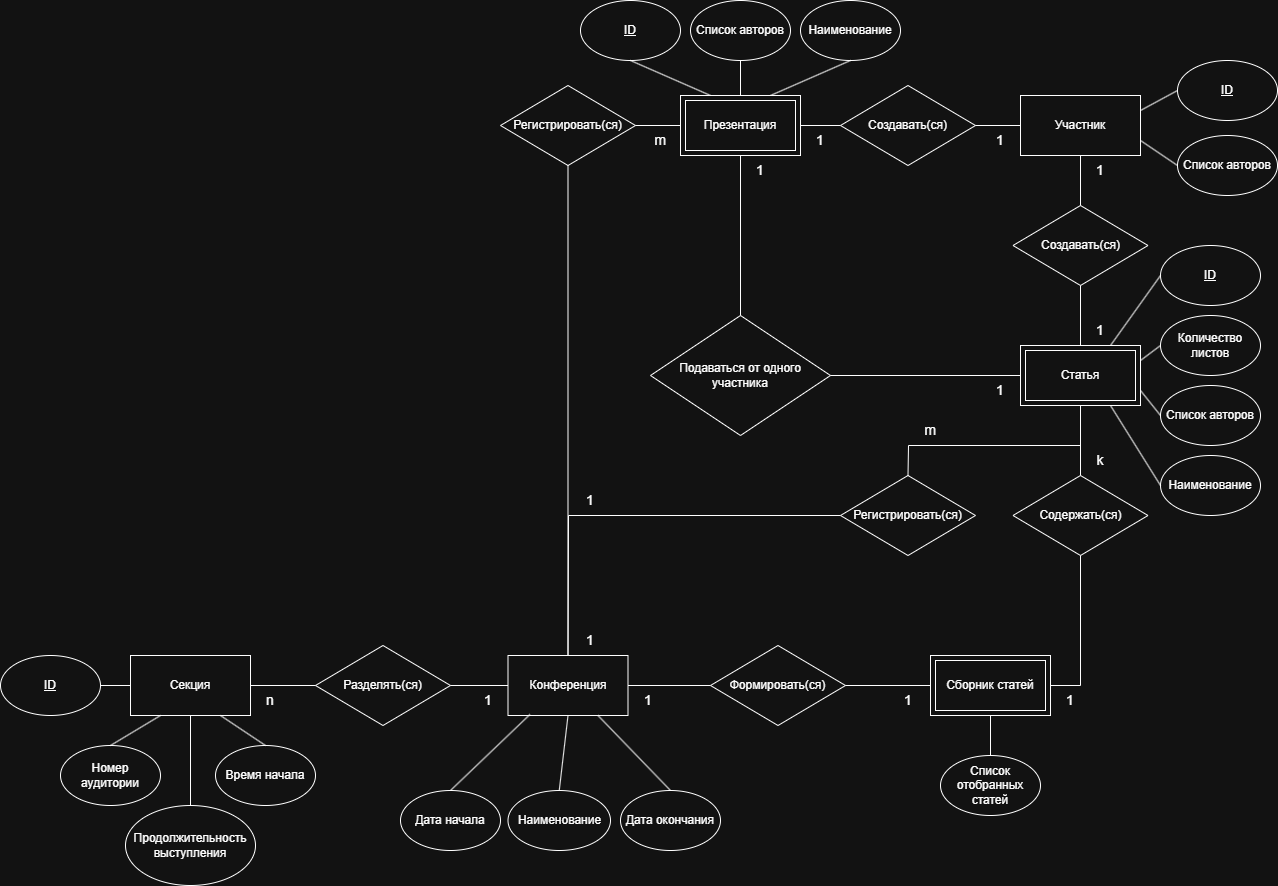
Earlier version of the draw.io export Databases/ER-diagrams/LW1/ER-диаграмма (Чен).drawio.png (horizon-spark/studies). Source tidied: cells renumbered, new cells last; positions are measured from the earlier drawing's top-left corner, leaving out a move shared by most shapes.
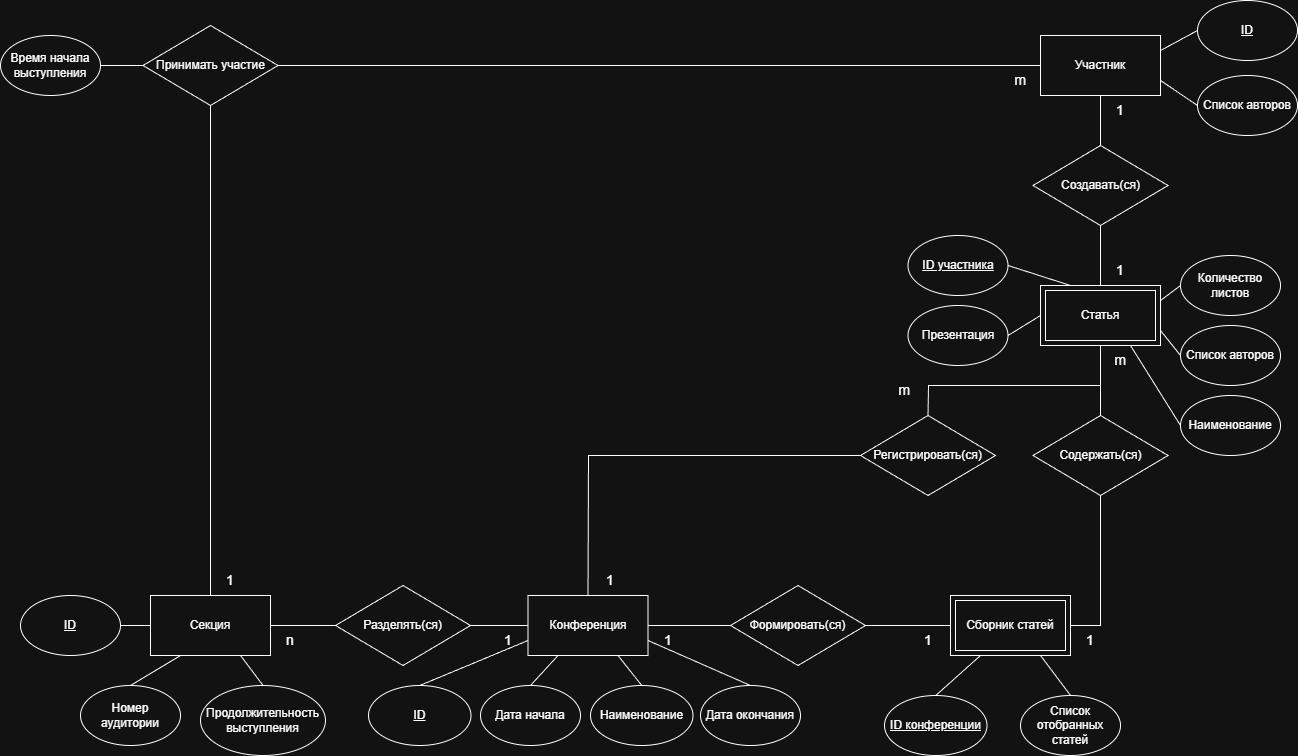
The same file after the commit.

Commit message:
Databases: finished lw on er-diagrams

The edit, as a diff of the source:
```diff
@@ -6,21 +6,21 @@
       <mxGeometry x="507.5" y="655" width="120" height="60" as="geometry" />
     </mxCell>
     <mxCell id="3" value="Дата начала" style="ellipse;whiteSpace=wrap;html=1;" parent="1" vertex="1">
-      <mxGeometry x="400" y="790" width="100" height="60" as="geometry" />
+      <mxGeometry x="460" y="745" width="100" height="60" as="geometry" />
     </mxCell>
     <mxCell id="4" value="Дата окончания" style="ellipse;whiteSpace=wrap;html=1;" parent="1" vertex="1">
-      <mxGeometry x="620" y="790" width="100" height="60" as="geometry" />
+      <mxGeometry x="680" y="745" width="100" height="60" as="geometry" />
     </mxCell>
     <mxCell id="5" value="Наименование" style="ellipse;whiteSpace=wrap;html=1;" parent="1" vertex="1">
-      <mxGeometry x="507.5" y="790" width="102.5" height="60" as="geometry" />
+      <mxGeometry x="570" y="745" width="102.5" height="60" as="geometry" />
     </mxCell>
-    <mxCell id="6" style="endArrow=none;html=1;rounded=0;exitX=0.5;exitY=0;exitDx=0;exitDy=0;entryX=0.75;entryY=1;entryDx=0;entryDy=0;" parent="1" edge="1" source="4" target="2">
+    <mxCell id="6" style="endArrow=none;html=1;rounded=0;exitX=0.5;exitY=0;exitDx=0;exitDy=0;entryX=1;entryY=0.75;entryDx=0;entryDy=0;" parent="1" edge="1" source="4" target="2">
       <mxGeometry relative="1" as="geometry" />
     </mxCell>
-    <mxCell id="7" style="endArrow=none;html=1;rounded=0;entryX=0.183;entryY=0.983;entryDx=0;entryDy=0;entryPerimeter=0;exitX=0.5;exitY=0;exitDx=0;exitDy=0;" parent="1" edge="1" source="3" target="2">
+    <mxCell id="7" style="endArrow=none;html=1;rounded=0;entryX=0.25;entryY=1;entryDx=0;entryDy=0;exitX=0.5;exitY=0;exitDx=0;exitDy=0;" parent="1" edge="1" source="3" target="2">
       <mxGeometry relative="1" as="geometry" />
     </mxCell>
-    <mxCell id="8" style="endArrow=none;html=1;rounded=0;entryX=0.5;entryY=1;entryDx=0;entryDy=0;exitX=0.5;exitY=0;exitDx=0;exitDy=0;" parent="1" edge="1" source="5" target="2">
+    <mxCell id="8" style="endArrow=none;html=1;rounded=0;entryX=0.75;entryY=1;entryDx=0;entryDy=0;exitX=0.5;exitY=0;exitDx=0;exitDy=0;" parent="1" edge="1" source="5" target="2">
       <mxGeometry relative="1" as="geometry" />
     </mxCell>
     <mxCell id="9" value="Наименование" style="ellipse;whiteSpace=wrap;html=1;" parent="1" vertex="1">
@@ -41,18 +41,6 @@
     <mxCell id="14" style="endArrow=none;html=1;rounded=0;entryX=1;entryY=0.75;entryDx=0;entryDy=0;exitX=0;exitY=0.5;exitDx=0;exitDy=0;" parent="1" edge="1" source="10" target="61">
       <mxGeometry relative="1" as="geometry" />
     </mxCell>
-    <mxCell id="15" value="Наименование" style="ellipse;whiteSpace=wrap;html=1;" parent="1" vertex="1">
-      <mxGeometry x="800" width="100" height="60" as="geometry" />
-    </mxCell>
-    <mxCell id="16" value="Список авторов" style="ellipse;whiteSpace=wrap;html=1;" parent="1" vertex="1">
-      <mxGeometry x="690" width="100" height="60" as="geometry" />
-    </mxCell>
-    <mxCell id="17" style="endArrow=none;html=1;rounded=0;entryX=0.5;entryY=0;entryDx=0;entryDy=0;exitX=0.5;exitY=1;exitDx=0;exitDy=0;" parent="1" edge="1" source="16" target="60">
-      <mxGeometry relative="1" as="geometry" />
-    </mxCell>
-    <mxCell id="18" style="endArrow=none;html=1;rounded=0;entryX=0.5;entryY=1;entryDx=0;entryDy=0;exitX=0.75;exitY=0;exitDx=0;exitDy=0;" parent="1" edge="1" source="60" target="15">
-      <mxGeometry relative="1" as="geometry" />
-    </mxCell>
     <mxCell id="19" value="Список авторов" style="ellipse;whiteSpace=wrap;html=1;" parent="1" vertex="1">
       <mxGeometry x="1177" y="135" width="100" height="60" as="geometry" />
     </mxCell>
@@ -62,45 +50,33 @@
     <mxCell id="21" value="Номер аудитории" style="ellipse;whiteSpace=wrap;html=1;" parent="1" vertex="1">
       <mxGeometry x="60" y="745" width="100" height="60" as="geometry" />
     </mxCell>
-    <mxCell id="22" value="Время начала" style="ellipse;whiteSpace=wrap;html=1;" parent="1" vertex="1">
-      <mxGeometry x="215" y="745" width="100" height="60" as="geometry" />
+    <mxCell id="22" value="Время начала выступления" style="ellipse;whiteSpace=wrap;html=1;" parent="1" vertex="1">
+      <mxGeometry x="-20" y="95" width="100" height="60" as="geometry" />
     </mxCell>
     <mxCell id="23" value="Продолжительность выступления" style="ellipse;whiteSpace=wrap;html=1;" parent="1" vertex="1">
-      <mxGeometry x="125" y="805" width="130" height="80" as="geometry" />
+      <mxGeometry x="180" y="745" width="125" height="70" as="geometry" />
     </mxCell>
     <mxCell id="24" style="endArrow=none;html=1;rounded=0;entryX=1;entryY=0.75;entryDx=0;entryDy=0;exitX=0;exitY=0.5;exitDx=0;exitDy=0;" parent="1" edge="1" source="19" target="81">
       <mxGeometry relative="1" as="geometry" />
     </mxCell>
-    <mxCell id="25" style="endArrow=none;html=1;rounded=0;entryX=0.75;entryY=1;entryDx=0;entryDy=0;exitX=0.5;exitY=0;exitDx=0;exitDy=0;" parent="1" edge="1" source="22" target="20">
-      <mxGeometry relative="1" as="geometry" />
-    </mxCell>
-    <mxCell id="26" style="endArrow=none;html=1;rounded=0;entryX=0.5;entryY=1;entryDx=0;entryDy=0;exitX=0.5;exitY=0;exitDx=0;exitDy=0;" parent="1" edge="1" source="23" target="20">
+    <mxCell id="26" style="endArrow=none;html=1;rounded=0;entryX=0.75;entryY=1;entryDx=0;entryDy=0;exitX=0.5;exitY=0;exitDx=0;exitDy=0;" parent="1" edge="1" source="23" target="20">
       <mxGeometry relative="1" as="geometry" />
     </mxCell>
     <mxCell id="27" style="endArrow=none;html=1;rounded=0;entryX=0.25;entryY=1;entryDx=0;entryDy=0;exitX=0.5;exitY=0;exitDx=0;exitDy=0;" parent="1" edge="1" source="21" target="20">
       <mxGeometry relative="1" as="geometry" />
     </mxCell>
     <mxCell id="28" value="Список отобранных статей" style="ellipse;whiteSpace=wrap;html=1;" parent="1" vertex="1">
-      <mxGeometry x="940" y="755" width="100" height="60" as="geometry" />
+      <mxGeometry x="1000" y="755" width="100" height="60" as="geometry" />
     </mxCell>
-    <mxCell id="29" style="endArrow=none;html=1;rounded=0;entryX=0.5;entryY=1;entryDx=0;entryDy=0;exitX=0.5;exitY=0;exitDx=0;exitDy=0;" parent="1" edge="1" source="28" target="62">
+    <mxCell id="29" style="endArrow=none;html=1;rounded=0;entryX=0.75;entryY=1;entryDx=0;entryDy=0;exitX=0.5;exitY=0;exitDx=0;exitDy=0;" parent="1" edge="1" source="28" target="62">
       <mxGeometry relative="1" as="geometry" />
     </mxCell>
     <mxCell id="30" value="Создавать(ся)" style="rhombus;whiteSpace=wrap;html=1;" parent="1" vertex="1">
       <mxGeometry x="1012.5" y="205" width="135" height="80" as="geometry" />
     </mxCell>
-    <mxCell id="31" value="Создавать(ся)" style="rhombus;whiteSpace=wrap;html=1;" parent="1" vertex="1">
-      <mxGeometry x="840" y="85" width="135" height="80" as="geometry" />
-    </mxCell>
-    <mxCell id="32" value="Подаваться от одного участника" style="rhombus;whiteSpace=wrap;html=1;" parent="1" vertex="1">
-      <mxGeometry x="650" y="315" width="180" height="120" as="geometry" />
-    </mxCell>
     <mxCell id="33" value="Регистрировать(ся)" style="rhombus;whiteSpace=wrap;html=1;" parent="1" vertex="1">
       <mxGeometry x="840" y="475" width="135" height="80" as="geometry" />
     </mxCell>
-    <mxCell id="34" value="Регистрировать(ся)" style="rhombus;whiteSpace=wrap;html=1;" parent="1" vertex="1">
-      <mxGeometry x="500" y="85" width="135" height="80" as="geometry" />
-    </mxCell>
     <mxCell id="35" value="Формировать(ся)" style="rhombus;whiteSpace=wrap;html=1;" parent="1" vertex="1">
       <mxGeometry x="710" y="645" width="135" height="80" as="geometry" />
     </mxCell>
@@ -110,12 +86,6 @@
     <mxCell id="37" value="Разделять(ся)" style="rhombus;whiteSpace=wrap;html=1;" parent="1" vertex="1">
       <mxGeometry x="315" y="645" width="135" height="80" as="geometry" />
     </mxCell>
-    <mxCell id="38" style="endArrow=none;html=1;rounded=0;entryX=1;entryY=0.5;entryDx=0;entryDy=0;exitX=0;exitY=0.5;exitDx=0;exitDy=0;" parent="1" edge="1" source="61" target="32">
-      <mxGeometry relative="1" as="geometry" />
-    </mxCell>
-    <mxCell id="39" style="endArrow=none;html=1;rounded=0;entryX=0.5;entryY=0;entryDx=0;entryDy=0;exitX=0.5;exitY=1;exitDx=0;exitDy=0;" parent="1" edge="1" source="60" target="32">
-      <mxGeometry relative="1" as="geometry" />
-    </mxCell>
     <mxCell id="40" style="endArrow=none;html=1;rounded=0;entryX=0.5;entryY=1;entryDx=0;entryDy=0;exitX=0.5;exitY=0;exitDx=0;exitDy=0;" parent="1" edge="1" source="36">
       <mxGeometry relative="1" as="geometry">
         <mxPoint x="1080" y="405" as="targetPoint" />
@@ -143,15 +113,6 @@
         </Array>
       </mxGeometry>
     </mxCell>
-    <mxCell id="44" style="endArrow=none;html=1;rounded=0;entryX=0;entryY=0.5;entryDx=0;entryDy=0;exitX=1;exitY=0.5;exitDx=0;exitDy=0;" parent="1" edge="1" source="60" target="31">
-      <mxGeometry relative="1" as="geometry" />
-    </mxCell>
-    <mxCell id="45" style="endArrow=none;html=1;rounded=0;entryX=0;entryY=0.5;entryDx=0;entryDy=0;exitX=1;exitY=0.5;exitDx=0;exitDy=0;" parent="1" edge="1" source="34" target="60">
-      <mxGeometry relative="1" as="geometry" />
-    </mxCell>
-    <mxCell id="46" style="endArrow=none;html=1;rounded=0;entryX=0.5;entryY=1;entryDx=0;entryDy=0;exitX=0.5;exitY=0;exitDx=0;exitDy=0;" parent="1" edge="1" source="2" target="34">
-      <mxGeometry relative="1" as="geometry" />
-    </mxCell>
     <mxCell id="47" style="endArrow=none;html=1;rounded=0;entryX=1;entryY=0.5;entryDx=0;entryDy=0;exitX=0;exitY=0.5;exitDx=0;exitDy=0;" parent="1" edge="1" source="35" target="2">
       <mxGeometry relative="1" as="geometry" />
     </mxCell>
@@ -173,27 +134,15 @@
     <mxCell id="53" value="&lt;u&gt;ID&lt;/u&gt;" style="ellipse;whiteSpace=wrap;html=1;" parent="1" vertex="1">
       <mxGeometry x="1177" y="60" width="100" height="60" as="geometry" />
     </mxCell>
-    <mxCell id="54" value="&lt;u&gt;ID&lt;/u&gt;" style="ellipse;whiteSpace=wrap;html=1;" parent="1" vertex="1">
-      <mxGeometry x="1160" y="245" width="100" height="60" as="geometry" />
+    <mxCell id="54" value="&lt;u&gt;ID участника&lt;/u&gt;" style="ellipse;whiteSpace=wrap;html=1;" parent="1" vertex="1">
+      <mxGeometry x="887.5" y="295" width="100" height="60" as="geometry" />
     </mxCell>
-    <mxCell id="55" value="&lt;u&gt;ID&lt;/u&gt;" style="ellipse;whiteSpace=wrap;html=1;" parent="1" vertex="1">
-      <mxGeometry x="580" width="100" height="60" as="geometry" />
-    </mxCell>
     <mxCell id="56" style="endArrow=none;html=1;rounded=0;entryX=0;entryY=0.5;entryDx=0;entryDy=0;exitX=1;exitY=0.25;exitDx=0;exitDy=0;" parent="1" edge="1" source="81" target="53">
       <mxGeometry relative="1" as="geometry" />
     </mxCell>
-    <mxCell id="57" style="endArrow=none;html=1;rounded=0;entryX=0.5;entryY=1;entryDx=0;entryDy=0;exitX=0.25;exitY=0;exitDx=0;exitDy=0;" parent="1" edge="1" source="60" target="55">
-      <mxGeometry relative="1" as="geometry" />
-    </mxCell>
-    <mxCell id="58" style="endArrow=none;html=1;rounded=0;entryX=0;entryY=0.5;entryDx=0;entryDy=0;exitX=0.75;exitY=0;exitDx=0;exitDy=0;" parent="1" edge="1" source="61" target="54">
+    <mxCell id="58" style="endArrow=none;html=1;rounded=0;entryX=1;entryY=0.5;entryDx=0;entryDy=0;exitX=0.25;exitY=0;exitDx=0;exitDy=0;" parent="1" edge="1" source="61" target="54">
       <mxGeometry relative="1" as="geometry" />
     </mxCell>
-    <mxCell id="59" style="endArrow=none;html=1;rounded=0;entryX=0;entryY=0.5;entryDx=0;entryDy=0;exitX=1;exitY=0.5;exitDx=0;exitDy=0;" parent="1" edge="1" source="31" target="81">
-      <mxGeometry relative="1" as="geometry" />
-    </mxCell>
-    <mxCell id="60" value="Презентация" style="shape=ext;margin=3;double=1;whiteSpace=wrap;html=1;align=center;" parent="1" vertex="1">
-      <mxGeometry x="680" y="95" width="120" height="60" as="geometry" />
-    </mxCell>
     <mxCell id="61" value="Статья" style="shape=ext;margin=3;double=1;whiteSpace=wrap;html=1;align=center;" parent="1" vertex="1">
       <mxGeometry x="1020" y="345" width="120" height="60" as="geometry" />
     </mxCell>
@@ -212,21 +161,6 @@
     <mxCell id="66" value="&lt;font style=&quot;font-size: 14px;&quot;&gt;1&lt;/font&gt;" style="text;html=1;whiteSpace=wrap;strokeColor=none;fillColor=none;align=center;verticalAlign=middle;rounded=0;" parent="1" vertex="1">
       <mxGeometry x="1080" y="315" width="40" height="30" as="geometry" />
     </mxCell>
-    <mxCell id="67" value="&lt;font style=&quot;font-size: 14px;&quot;&gt;1&lt;/font&gt;" style="text;html=1;whiteSpace=wrap;strokeColor=none;fillColor=none;align=center;verticalAlign=middle;rounded=0;" parent="1" vertex="1">
-      <mxGeometry x="980" y="125" width="40" height="30" as="geometry" />
-    </mxCell>
-    <mxCell id="68" value="&lt;font style=&quot;font-size: 14px;&quot;&gt;1&lt;/font&gt;" style="text;html=1;whiteSpace=wrap;strokeColor=none;fillColor=none;align=center;verticalAlign=middle;rounded=0;" parent="1" vertex="1">
-      <mxGeometry x="800" y="125" width="40" height="30" as="geometry" />
-    </mxCell>
-    <mxCell id="69" value="&lt;font style=&quot;font-size: 14px;&quot;&gt;1&lt;/font&gt;" style="text;html=1;whiteSpace=wrap;strokeColor=none;fillColor=none;align=center;verticalAlign=middle;rounded=0;" parent="1" vertex="1">
-      <mxGeometry x="980" y="375" width="40" height="30" as="geometry" />
-    </mxCell>
-    <mxCell id="70" value="&lt;font style=&quot;font-size: 14px;&quot;&gt;1&lt;/font&gt;" style="text;html=1;whiteSpace=wrap;strokeColor=none;fillColor=none;align=center;verticalAlign=middle;rounded=0;" parent="1" vertex="1">
-      <mxGeometry x="740" y="155" width="40" height="30" as="geometry" />
-    </mxCell>
-    <mxCell id="71" value="&lt;span style=&quot;font-size: 14px;&quot;&gt;m&lt;/span&gt;" style="text;html=1;whiteSpace=wrap;strokeColor=none;fillColor=none;align=center;verticalAlign=middle;rounded=0;" parent="1" vertex="1">
-      <mxGeometry x="640" y="125" width="40" height="30" as="geometry" />
-    </mxCell>
     <mxCell id="72" value="&lt;font style=&quot;font-size: 14px;&quot;&gt;1&lt;/font&gt;" style="text;html=1;whiteSpace=wrap;strokeColor=none;fillColor=none;align=center;verticalAlign=middle;rounded=0;" parent="1" vertex="1">
       <mxGeometry x="570" y="625" width="40" height="30" as="geometry" />
     </mxCell>
@@ -237,13 +171,10 @@
       <mxGeometry x="887.5" y="685" width="40" height="30" as="geometry" />
     </mxCell>
     <mxCell id="75" value="&lt;span style=&quot;font-size: 14px;&quot;&gt;m&lt;/span&gt;" style="text;html=1;whiteSpace=wrap;strokeColor=none;fillColor=none;align=center;verticalAlign=middle;rounded=0;" parent="1" vertex="1">
-      <mxGeometry x="910" y="415" width="40" height="30" as="geometry" />
+      <mxGeometry x="864" y="435" width="40" height="30" as="geometry" />
     </mxCell>
-    <mxCell id="76" value="&lt;font style=&quot;font-size: 14px;&quot;&gt;1&lt;/font&gt;" style="text;html=1;whiteSpace=wrap;strokeColor=none;fillColor=none;align=center;verticalAlign=middle;rounded=0;" parent="1" vertex="1">
-      <mxGeometry x="570" y="485" width="40" height="30" as="geometry" />
-    </mxCell>
-    <mxCell id="77" value="&lt;span style=&quot;font-size: 14px;&quot;&gt;k&lt;/span&gt;" style="text;html=1;whiteSpace=wrap;strokeColor=none;fillColor=none;align=center;verticalAlign=middle;rounded=0;" parent="1" vertex="1">
-      <mxGeometry x="1080" y="445" width="40" height="30" as="geometry" />
+    <mxCell id="77" value="&lt;span style=&quot;font-size: 14px;&quot;&gt;m&lt;/span&gt;" style="text;html=1;whiteSpace=wrap;strokeColor=none;fillColor=none;align=center;verticalAlign=middle;rounded=0;" parent="1" vertex="1">
+      <mxGeometry x="1080" y="405" width="40" height="30" as="geometry" />
     </mxCell>
     <mxCell id="78" value="&lt;font style=&quot;font-size: 14px;&quot;&gt;1&lt;/font&gt;" style="text;html=1;whiteSpace=wrap;strokeColor=none;fillColor=none;align=center;verticalAlign=middle;rounded=0;" parent="1" vertex="1">
       <mxGeometry x="1050" y="685" width="40" height="30" as="geometry" />
@@ -257,5 +188,41 @@
     <mxCell id="81" value="Участник" style="rounded=0;whiteSpace=wrap;html=1;" parent="1" vertex="1">
       <mxGeometry x="1020" y="95" width="120" height="60" as="geometry" />
     </mxCell>
+    <mxCell id="60" value="Презентация" style="ellipse;whiteSpace=wrap;html=1;" parent="1" vertex="1">
+      <mxGeometry x="887.5" y="365" width="100" height="60" as="geometry" />
+    </mxCell>
+    <mxCell id="82" style="endArrow=none;html=1;rounded=0;entryX=1;entryY=0.5;entryDx=0;entryDy=0;exitX=0;exitY=0.5;exitDx=0;exitDy=0;" parent="1" edge="1" source="61" target="60">
+      <mxGeometry relative="1" as="geometry" />
+    </mxCell>
+    <mxCell id="83" value="Принимать участие" style="rhombus;whiteSpace=wrap;html=1;" parent="1" vertex="1">
+      <mxGeometry x="122.5" y="85" width="135" height="80" as="geometry" />
+    </mxCell>
+    <mxCell id="84" style="endArrow=none;html=1;rounded=0;entryX=0;entryY=0.5;entryDx=0;entryDy=0;exitX=1;exitY=0.5;exitDx=0;exitDy=0;" parent="1" edge="1" source="83" target="81">
+      <mxGeometry relative="1" as="geometry" />
+    </mxCell>
+    <mxCell id="85" style="endArrow=none;html=1;rounded=0;entryX=0.5;entryY=1;entryDx=0;entryDy=0;exitX=0.5;exitY=0;exitDx=0;exitDy=0;" parent="1" edge="1" source="20" target="83">
+      <mxGeometry relative="1" as="geometry" />
+    </mxCell>
+    <mxCell id="71" value="&lt;span style=&quot;font-size: 14px;&quot;&gt;m&lt;/span&gt;" style="text;html=1;whiteSpace=wrap;strokeColor=none;fillColor=none;align=center;verticalAlign=middle;rounded=0;" parent="1" vertex="1">
+      <mxGeometry x="980" y="125" width="40" height="30" as="geometry" />
+    </mxCell>
+    <mxCell id="86" value="&lt;span style=&quot;font-size: 14px;&quot;&gt;1&lt;/span&gt;" style="text;html=1;whiteSpace=wrap;strokeColor=none;fillColor=none;align=center;verticalAlign=middle;rounded=0;" parent="1" vertex="1">
+      <mxGeometry x="190" y="625" width="40" height="30" as="geometry" />
+    </mxCell>
+    <mxCell id="55" value="&lt;u&gt;ID&lt;/u&gt;" style="ellipse;whiteSpace=wrap;html=1;" parent="1" vertex="1">
+      <mxGeometry x="348" y="745" width="102.5" height="60" as="geometry" />
+    </mxCell>
+    <mxCell id="87" style="endArrow=none;html=1;rounded=0;entryX=1;entryY=0.5;entryDx=0;entryDy=0;exitX=0.5;exitY=0;exitDx=0;exitDy=0;" parent="1" edge="1" source="55" target="79">
+      <mxGeometry relative="1" as="geometry" />
+    </mxCell>
+    <mxCell id="88" value="&lt;u&gt;ID конференции&lt;/u&gt;" style="ellipse;whiteSpace=wrap;html=1;" parent="1" vertex="1">
+      <mxGeometry x="864" y="755" width="102.5" height="60" as="geometry" />
+    </mxCell>
+    <mxCell id="89" style="endArrow=none;html=1;rounded=0;entryX=0.25;entryY=1;entryDx=0;entryDy=0;exitX=0.5;exitY=0;exitDx=0;exitDy=0;" parent="1" edge="1" source="88" target="62">
+      <mxGeometry relative="1" as="geometry" />
+    </mxCell>
+    <mxCell id="90" style="endArrow=none;html=1;rounded=0;entryX=0;entryY=0.5;entryDx=0;entryDy=0;exitX=1;exitY=0.5;exitDx=0;exitDy=0;" parent="1" edge="1" source="22" target="83">
+      <mxGeometry relative="1" as="geometry" />
+    </mxCell>
   </root>
 </mxGraphModel>
```
